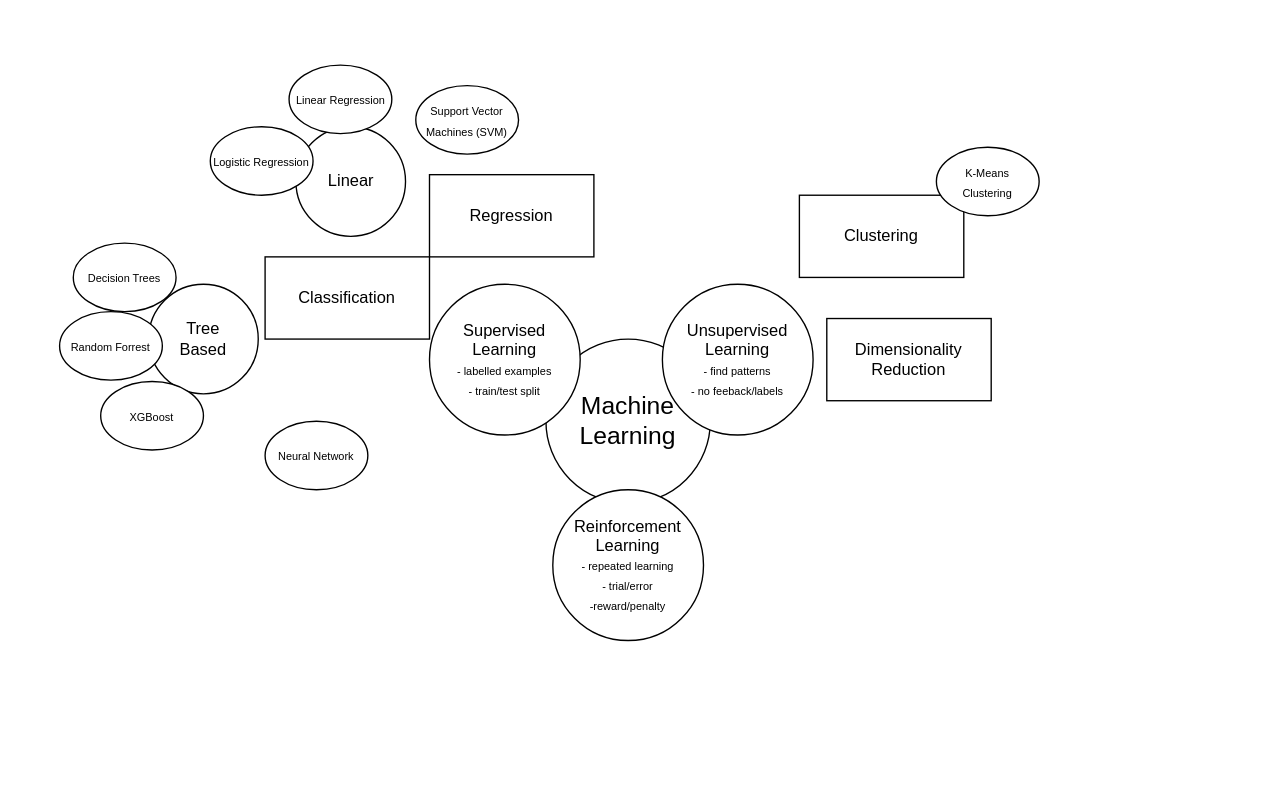
The draw.io diagram ML_overview.drawio in s-bramer/MachineLearning, before the edit. Source tidied: cells renumbered, new cells numbered last; positions are measured from the earlier drawing's top-left corner, leaving out a move shared by most shapes. Both pictures are drawn from the tidied source at 137%, with x=0, y=0 at pixel (59, 64).
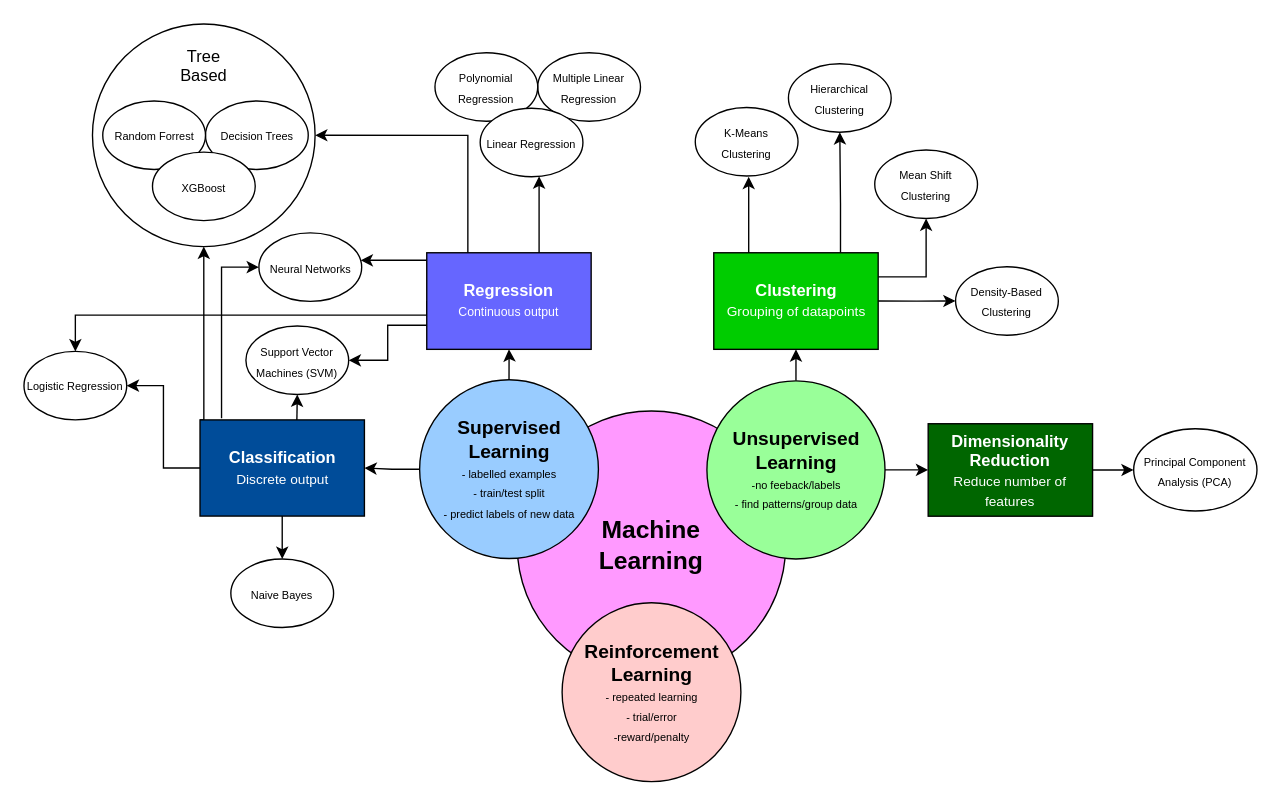
Above is the later version.

Diff of the diagram source:
```diff
@@
-    <mxCell id="2" value="&lt;font style=&quot;font-size: 18px;&quot;&gt;Machine Learning&lt;/font&gt;" style="ellipse;whiteSpace=wrap;html=1;" parent="1" vertex="1">
-      <mxGeometry x="355" y="200" width="120" height="120" as="geometry" />
+    <mxCell id="2" value="&lt;font style=&quot;font-size: 18px;&quot;&gt;&lt;b&gt;Machine &lt;br&gt;Learning&lt;/b&gt;&lt;/font&gt;" style="ellipse;whiteSpace=wrap;html=1;fillColor=#FF99FF;" parent="1" vertex="1">
+      <mxGeometry x="334" y="252.5" width="196" height="196" as="geometry" />
     </mxCell>
+    <mxCell id="20" style="edgeStyle=orthogonalEdgeStyle;rounded=0;jettySize=auto;html=1;" parent="1" edge="1" source="3" target="15">
+      <mxGeometry relative="1" as="geometry" />
+    </mxCell>
+    <mxCell id="21" style="edgeStyle=orthogonalEdgeStyle;rounded=0;jettySize=auto;html=1;" parent="1" edge="1" source="3" target="16">
+      <mxGeometry relative="1" as="geometry" />
+    </mxCell>
-    <mxCell id="3" value="Supervised Learning&lt;br&gt;&lt;font style=&quot;font-size: 8px;&quot;&gt;- labelled examples&lt;br&gt;- train/test split&lt;/font&gt;" style="ellipse;whiteSpace=wrap;html=1;" parent="1" vertex="1">
-      <mxGeometry x="270" y="160" width="110" height="110" as="geometry" />
+    <mxCell id="3" value="&lt;b&gt;&lt;font style=&quot;font-size: 14px;&quot;&gt;Supervised&lt;br&gt;Learning&lt;/font&gt;&lt;/b&gt;&lt;br&gt;&lt;font style=&quot;font-size: 8px;&quot;&gt;- labelled examples&lt;br&gt;- train/test split&lt;br&gt;- predict labels of new data&lt;br&gt;&lt;/font&gt;" style="ellipse;whiteSpace=wrap;html=1;fillColor=#99CCFF;" parent="1" vertex="1">
+      <mxGeometry x="262.8" y="229.7" width="130.5" height="130.5" as="geometry" />
     </mxCell>
+    <mxCell id="22" style="edgeStyle=orthogonalEdgeStyle;rounded=0;jettySize=auto;html=1;entryX=0;entryY=0.5;entryDx=0;entryDy=0;" parent="1" edge="1" source="4" target="18">
+      <mxGeometry relative="1" as="geometry" />
+    </mxCell>
+    <mxCell id="23" style="edgeStyle=orthogonalEdgeStyle;rounded=0;jettySize=auto;html=1;" parent="1" edge="1" source="4" target="17">
+      <mxGeometry relative="1" as="geometry" />
+    </mxCell>
-    <mxCell id="4" value="Unsupervised Learning&lt;br&gt;&lt;font style=&quot;font-size: 8px;&quot;&gt;- find patterns&lt;br&gt;- no feeback/labels&lt;/font&gt;" style="ellipse;whiteSpace=wrap;html=1;" parent="1" vertex="1">
-      <mxGeometry x="440" y="160" width="110" height="110" as="geometry" />
+    <mxCell id="4" value="&lt;b&gt;&lt;font style=&quot;font-size: 14px;&quot;&gt;Unsupervised Learning&lt;/font&gt;&lt;/b&gt;&lt;font style=&quot;font-size: 8px;&quot;&gt;&lt;b&gt;&lt;br&gt;&lt;/b&gt;-no feeback/labels&lt;br&gt;- find patterns/group data&lt;br&gt;&lt;/font&gt;" style="ellipse;whiteSpace=wrap;html=1;fillColor=#99FF99;" parent="1" vertex="1">
+      <mxGeometry x="472.5" y="230.5" width="130" height="130" as="geometry" />
     </mxCell>
-    <mxCell id="5" value="Reinforcement Learning&lt;br&gt;&lt;font style=&quot;font-size: 8px;&quot;&gt;- repeated learning&lt;br&gt;- trial/error&lt;br&gt;-reward/penalty&lt;br&gt;&lt;/font&gt;" style="ellipse;whiteSpace=wrap;html=1;" parent="1" vertex="1">
-      <mxGeometry x="360" y="310" width="110" height="110" as="geometry" />
+    <mxCell id="5" value="&lt;font style=&quot;font-size: 14px;&quot;&gt;&lt;b&gt;Reinforcement Learning&lt;/b&gt;&lt;br&gt;&lt;/font&gt;&lt;font style=&quot;font-size: 8px;&quot;&gt;- repeated learning&lt;br&gt;- trial/error&lt;br&gt;-reward/penalty&lt;br&gt;&lt;/font&gt;" style="ellipse;whiteSpace=wrap;html=1;fillColor=#FFCCCC;" parent="1" vertex="1">
+      <mxGeometry x="366.8" y="392.5" width="130.5" height="130.5" as="geometry" />
     </mxCell>
     <mxCell id="6" value="&lt;font style=&quot;font-size: 8px;&quot;&gt;Support Vector Machines (SVM)&lt;/font&gt;" style="ellipse;whiteSpace=wrap;html=1;" parent="1" vertex="1">
-      <mxGeometry x="260" y="15" width="75" height="50" as="geometry" />
+      <mxGeometry x="136" y="190.5" width="75" height="50" as="geometry" />
     </mxCell>
-    <mxCell id="7" value="&lt;font style=&quot;font-size: 8px;&quot;&gt;Neural Network&lt;/font&gt;" style="ellipse;whiteSpace=wrap;html=1;" parent="1" vertex="1">
-      <mxGeometry x="150" y="260" width="75" height="50" as="geometry" />
+    <mxCell id="7" value="&lt;font style=&quot;font-size: 8px;&quot;&gt;Neural Networks&lt;/font&gt;" style="ellipse;whiteSpace=wrap;html=1;" parent="1" vertex="1">
+      <mxGeometry x="145.5" y="122.5" width="75" height="50" as="geometry" />
     </mxCell>
-    <mxCell id="8" value="Tree&lt;br&gt;Based" style="ellipse;whiteSpace=wrap;html=1;" parent="1" vertex="1">
-      <mxGeometry x="65" y="160" width="80" height="80" as="geometry" />
+    <mxCell id="8" value="Tree&lt;br&gt;Based&lt;br&gt;&lt;br&gt;&lt;br&gt;&lt;br&gt;&lt;br&gt;&lt;br&gt;&lt;br&gt;&lt;br&gt;" style="ellipse;whiteSpace=wrap;html=1;" parent="1" vertex="1">
+      <mxGeometry x="24" y="-30" width="162.5" height="162.5" as="geometry" />
     </mxCell>
     <mxCell id="9" value="&lt;font style=&quot;font-size: 8px;&quot;&gt;Decision Trees&lt;/font&gt;" style="ellipse;whiteSpace=wrap;html=1;" parent="1" vertex="1">
-      <mxGeometry x="10" y="130" width="75" height="50" as="geometry" />
+      <mxGeometry x="106.5" y="26.2" width="75" height="50" as="geometry" />
     </mxCell>
     <mxCell id="10" value="&lt;font style=&quot;font-size: 8px;&quot;&gt;Random Forrest&lt;/font&gt;" style="ellipse;whiteSpace=wrap;html=1;" parent="1" vertex="1">
-      <mxGeometry y="180" width="75" height="50" as="geometry" />
+      <mxGeometry x="31.5" y="26.2" width="75" height="50" as="geometry" />
     </mxCell>
     <mxCell id="11" value="&lt;font style=&quot;font-size: 8px;&quot;&gt;XGBoost&lt;/font&gt;" style="ellipse;whiteSpace=wrap;html=1;" parent="1" vertex="1">
-      <mxGeometry x="30" y="231" width="75" height="50" as="geometry" />
+      <mxGeometry x="67.8" y="63.5" width="75" height="50" as="geometry" />
     </mxCell>
-    <mxCell id="12" value="Linear" style="ellipse;whiteSpace=wrap;html=1;" parent="1" vertex="1">
-      <mxGeometry x="172.5" y="45" width="80" height="80" as="geometry" />
-    </mxCell>
-    <mxCell id="13" value="&lt;font style=&quot;font-size: 8px;&quot;&gt;Linear Regression&lt;/font&gt;" style="ellipse;whiteSpace=wrap;html=1;" parent="1" vertex="1">
-      <mxGeometry x="167.5" width="75" height="50" as="geometry" />
+    <mxCell id="13" value="&lt;font style=&quot;font-size: 8px;&quot;&gt;Multiple Linear Regression&lt;/font&gt;" style="ellipse;whiteSpace=wrap;html=1;" parent="1" vertex="1">
+      <mxGeometry x="349" y="-9" width="75" height="50" as="geometry" />
     </mxCell>
     <mxCell id="14" value="&lt;font style=&quot;font-size: 8px;&quot;&gt;Logistic Regression&lt;/font&gt;" style="ellipse;whiteSpace=wrap;html=1;" parent="1" vertex="1">
-      <mxGeometry x="110" y="45" width="75" height="50" as="geometry" />
+      <mxGeometry x="-26" y="209" width="75" height="50" as="geometry" />
     </mxCell>
+    <mxCell id="24" style="edgeStyle=orthogonalEdgeStyle;rounded=0;jettySize=auto;html=1;" parent="1" edge="1" source="15" target="7">
+      <mxGeometry relative="1" as="geometry">
+        <Array as="points">
+          <mxPoint x="234" y="142.5" />
+          <mxPoint x="234" y="142.5" />
+        </Array>
+      </mxGeometry>
+    </mxCell>
+    <mxCell id="25" style="edgeStyle=orthogonalEdgeStyle;rounded=0;jettySize=auto;html=1;exitX=0.25;exitY=0;exitDx=0;exitDy=0;entryX=1;entryY=0.5;entryDx=0;entryDy=0;" parent="1" edge="1" source="15" target="8">
+      <mxGeometry relative="1" as="geometry" />
+    </mxCell>
+    <mxCell id="26" style="edgeStyle=orthogonalEdgeStyle;rounded=0;jettySize=auto;html=1;exitX=0;exitY=0.75;exitDx=0;exitDy=0;entryX=1;entryY=0.5;entryDx=0;entryDy=0;" parent="1" edge="1" source="15" target="6">
+      <mxGeometry relative="1" as="geometry" />
+    </mxCell>
+    <mxCell id="27" style="edgeStyle=orthogonalEdgeStyle;rounded=0;jettySize=auto;html=1;exitX=0;exitY=0.5;exitDx=0;exitDy=0;entryX=0.5;entryY=0;entryDx=0;entryDy=0;" parent="1" edge="1" source="15" target="14">
+      <mxGeometry relative="1" as="geometry">
+        <Array as="points">
+          <mxPoint x="268" y="182.5" />
+          <mxPoint x="12" y="182.5" />
+        </Array>
+      </mxGeometry>
+    </mxCell>
+    <mxCell id="28" style="edgeStyle=orthogonalEdgeStyle;rounded=0;jettySize=auto;html=1;" parent="1" edge="1" target="42">
+      <mxGeometry relative="1" as="geometry">
+        <mxPoint x="350" y="137.5" as="sourcePoint" />
+        <Array as="points">
+          <mxPoint x="350" y="137.5" />
+        </Array>
+      </mxGeometry>
+    </mxCell>
-    <mxCell id="15" value="Regression" style="rounded=0;whiteSpace=wrap;html=1;" parent="1" vertex="1">
-      <mxGeometry x="270" y="80" width="120" height="60" as="geometry" />
+    <mxCell id="15" value="&lt;font color=&quot;#ffffff&quot;&gt;&lt;b&gt;Regression&lt;/b&gt;&lt;br&gt;&lt;font style=&quot;font-size: 9px;&quot;&gt;Continuous output&lt;/font&gt;&lt;/font&gt;" style="rounded=0;whiteSpace=wrap;html=1;fillColor=#6666FF;" parent="1" vertex="1">
+      <mxGeometry x="268" y="137" width="120" height="70.5" as="geometry" />
     </mxCell>
+    <mxCell id="29" style="edgeStyle=orthogonalEdgeStyle;rounded=0;jettySize=auto;html=1;exitX=0.589;exitY=0.019;exitDx=0;exitDy=0;entryX=0.5;entryY=1;entryDx=0;entryDy=0;exitPerimeter=0;" parent="1" edge="1" source="16" target="6">
+      <mxGeometry relative="1" as="geometry" />
+    </mxCell>
+    <mxCell id="30" style="edgeStyle=orthogonalEdgeStyle;rounded=0;jettySize=auto;html=1;exitX=0.131;exitY=-0.017;exitDx=0;exitDy=0;entryX=0;entryY=0.5;entryDx=0;entryDy=0;exitPerimeter=0;" parent="1" edge="1" source="16" target="7">
+      <mxGeometry relative="1" as="geometry">
+        <Array as="points">
+          <mxPoint x="118" y="147.5" />
+        </Array>
+      </mxGeometry>
+    </mxCell>
+    <mxCell id="31" style="edgeStyle=orthogonalEdgeStyle;rounded=0;jettySize=auto;html=1;exitX=0;exitY=0.5;exitDx=0;exitDy=0;entryX=1;entryY=0.5;entryDx=0;entryDy=0;" parent="1" edge="1" source="16" target="14">
+      <mxGeometry relative="1" as="geometry" />
+    </mxCell>
+    <mxCell id="32" style="edgeStyle=orthogonalEdgeStyle;rounded=0;jettySize=auto;html=1;" parent="1" edge="1" source="16" target="43">
+      <mxGeometry relative="1" as="geometry" />
+    </mxCell>
+    <mxCell id="33" style="edgeStyle=orthogonalEdgeStyle;rounded=0;jettySize=auto;html=1;exitX=0;exitY=0;exitDx=0;exitDy=0;entryX=0.5;entryY=1;entryDx=0;entryDy=0;" parent="1" edge="1" source="16" target="8">
+      <mxGeometry relative="1" as="geometry">
+        <Array as="points">
+          <mxPoint x="105" y="259.5" />
+        </Array>
+      </mxGeometry>
+    </mxCell>
-    <mxCell id="16" value="Classification" style="rounded=0;whiteSpace=wrap;html=1;" parent="1" vertex="1">
-      <mxGeometry x="150" y="140" width="120" height="60" as="geometry" />
+    <mxCell id="16" value="&lt;font color=&quot;#ffffff&quot;&gt;&lt;b&gt;Classification&lt;br&gt;&lt;/b&gt;&lt;font style=&quot;font-size: 10px;&quot;&gt;Discrete output&lt;/font&gt;&lt;/font&gt;" style="rounded=0;whiteSpace=wrap;html=1;fillColor=#004C99;" parent="1" vertex="1">
+      <mxGeometry x="102.5" y="259" width="120" height="70.2" as="geometry" />
     </mxCell>
+    <mxCell id="34" style="edgeStyle=orthogonalEdgeStyle;rounded=0;jettySize=auto;html=1;" parent="1" edge="1" source="17" target="39">
+      <mxGeometry relative="1" as="geometry">
+        <Array as="points">
+          <mxPoint x="570" y="101" />
+        </Array>
+      </mxGeometry>
+    </mxCell>
+    <mxCell id="35" style="edgeStyle=orthogonalEdgeStyle;rounded=0;orthogonalLoop=1;jettySize=auto;html=1;exitX=0.25;exitY=0;exitDx=0;exitDy=0;entryX=0.5;entryY=1;entryDx=0;entryDy=0;" parent="1" edge="1">
+      <mxGeometry relative="1" as="geometry">
+        <mxPoint x="509" y="137.5" as="sourcePoint" />
+        <mxPoint x="503" y="81.5" as="targetPoint" />
+        <Array as="points">
+          <mxPoint x="503.5" y="138" />
+        </Array>
+      </mxGeometry>
+    </mxCell>
+    <mxCell id="36" style="edgeStyle=orthogonalEdgeStyle;rounded=0;jettySize=auto;html=1;exitX=1;exitY=0.25;exitDx=0;exitDy=0;entryX=0.5;entryY=1;entryDx=0;entryDy=0;" parent="1" edge="1" source="17" target="44">
+      <mxGeometry relative="1" as="geometry" />
+    </mxCell>
+    <mxCell id="37" style="edgeStyle=orthogonalEdgeStyle;rounded=0;jettySize=auto;html=1;exitX=1;exitY=0.5;exitDx=0;exitDy=0;entryX=0;entryY=0.5;entryDx=0;entryDy=0;" parent="1" edge="1" source="17" target="45">
+      <mxGeometry relative="1" as="geometry" />
+    </mxCell>
-    <mxCell id="17" value="Clustering" style="rounded=0;whiteSpace=wrap;html=1;" parent="1" vertex="1">
-      <mxGeometry x="540" y="95" width="120" height="60" as="geometry" />
+    <mxCell id="17" value="&lt;font color=&quot;#ffffff&quot;&gt;&lt;b&gt;Clustering&lt;/b&gt;&lt;br&gt;&lt;font style=&quot;font-size: 10px;&quot;&gt;Grouping of datapoints&lt;/font&gt;&lt;/font&gt;" style="rounded=0;whiteSpace=wrap;html=1;fillColor=#00CC00;" parent="1" vertex="1">
+      <mxGeometry x="477.5" y="137" width="120" height="70.5" as="geometry" />
     </mxCell>
+    <mxCell id="38" style="edgeStyle=orthogonalEdgeStyle;rounded=0;jettySize=auto;html=1;" parent="1" edge="1" source="18" target="40">
+      <mxGeometry relative="1" as="geometry" />
+    </mxCell>
-    <mxCell id="18" value="Dimensionality Reduction" style="rounded=0;whiteSpace=wrap;html=1;" parent="1" vertex="1">
-      <mxGeometry x="560" y="185" width="120" height="60" as="geometry" />
+    <mxCell id="18" value="&lt;font color=&quot;#ffffff&quot;&gt;&lt;b&gt;Dimensionality Reduction&lt;/b&gt;&lt;br&gt;&lt;font style=&quot;font-size: 10px;&quot;&gt;Reduce number of features&lt;/font&gt;&lt;/font&gt;" style="rounded=0;whiteSpace=wrap;html=1;fillColor=#006600;" parent="1" vertex="1">
+      <mxGeometry x="634" y="261.8" width="120" height="67.5" as="geometry" />
     </mxCell>
     <mxCell id="19" value="&lt;font style=&quot;font-size: 8px;&quot;&gt;K-Means&lt;br&gt;Clustering&lt;/font&gt;" style="ellipse;whiteSpace=wrap;html=1;" parent="1" vertex="1">
-      <mxGeometry x="640" y="60" width="75" height="50" as="geometry" />
+      <mxGeometry x="464" y="31" width="75" height="50" as="geometry" />
     </mxCell>
+    <mxCell id="39" value="&lt;font style=&quot;font-size: 8px;&quot;&gt;Hierarchical Clustering&lt;/font&gt;" style="ellipse;whiteSpace=wrap;html=1;" parent="1" vertex="1">
+      <mxGeometry x="532" y="-1" width="75" height="50" as="geometry" />
+    </mxCell>
+    <mxCell id="40" value="&lt;font style=&quot;font-size: 8px;&quot;&gt;Principal Component Analysis (PCA)&lt;/font&gt;" style="ellipse;whiteSpace=wrap;html=1;" parent="1" vertex="1">
+      <mxGeometry x="784" y="265.5" width="90" height="60" as="geometry" />
+    </mxCell>
+    <mxCell id="41" value="&lt;font style=&quot;font-size: 8px;&quot;&gt;Polynomial&lt;br&gt;Regression&lt;/font&gt;" style="ellipse;whiteSpace=wrap;html=1;" parent="1" vertex="1">
+      <mxGeometry x="274" y="-9" width="75" height="50" as="geometry" />
+    </mxCell>
+    <mxCell id="42" value="&lt;font style=&quot;font-size: 8px;&quot;&gt;Linear Regression&lt;/font&gt;" style="ellipse;whiteSpace=wrap;html=1;" parent="1" vertex="1">
+      <mxGeometry x="307" y="31.5" width="75" height="50" as="geometry" />
+    </mxCell>
+    <mxCell id="43" value="&lt;font style=&quot;font-size: 8px;&quot;&gt;Naive Bayes&lt;/font&gt;" style="ellipse;whiteSpace=wrap;html=1;" parent="1" vertex="1">
+      <mxGeometry x="125" y="360.5" width="75" height="50" as="geometry" />
+    </mxCell>
+    <mxCell id="44" value="&lt;font style=&quot;font-size: 8px;&quot;&gt;Mean Shift Clustering&lt;/font&gt;" style="ellipse;whiteSpace=wrap;html=1;" parent="1" vertex="1">
+      <mxGeometry x="595" y="62" width="75" height="50" as="geometry" />
+    </mxCell>
+    <mxCell id="45" value="&lt;span style=&quot;font-size: 8px;&quot;&gt;Density-Based Clustering&lt;/span&gt;" style="ellipse;whiteSpace=wrap;html=1;" parent="1" vertex="1">
+      <mxGeometry x="654" y="147.2" width="75" height="50" as="geometry" />
+    </mxCell>
```
